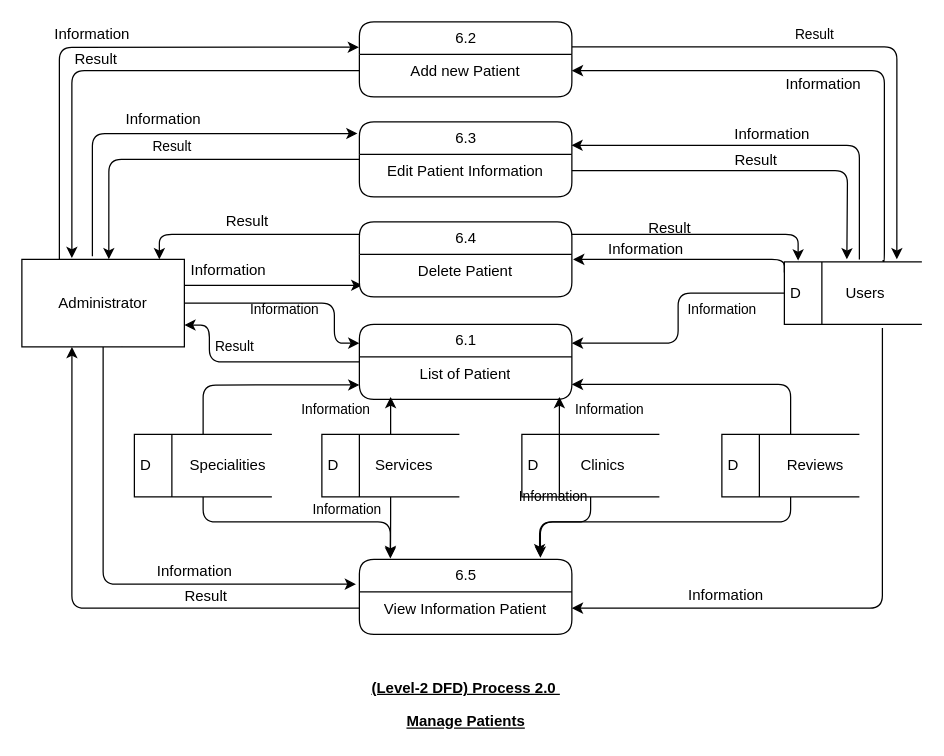
vanluong94/aptech-doccure keeps this draw.io diagram as page "5.0" (5 of 7) of resources/dfd/Admin/DFD-Admin.drawio. Above is the earlier version. Source tidied: cells renumbered, new cells numbered last; positions are measured from the earlier drawing's top-left corner, leaving out a move shared by most shapes. Both pictures are drawn from the tidied source at 125%, with x=0, y=0 at pixel (21, 21).
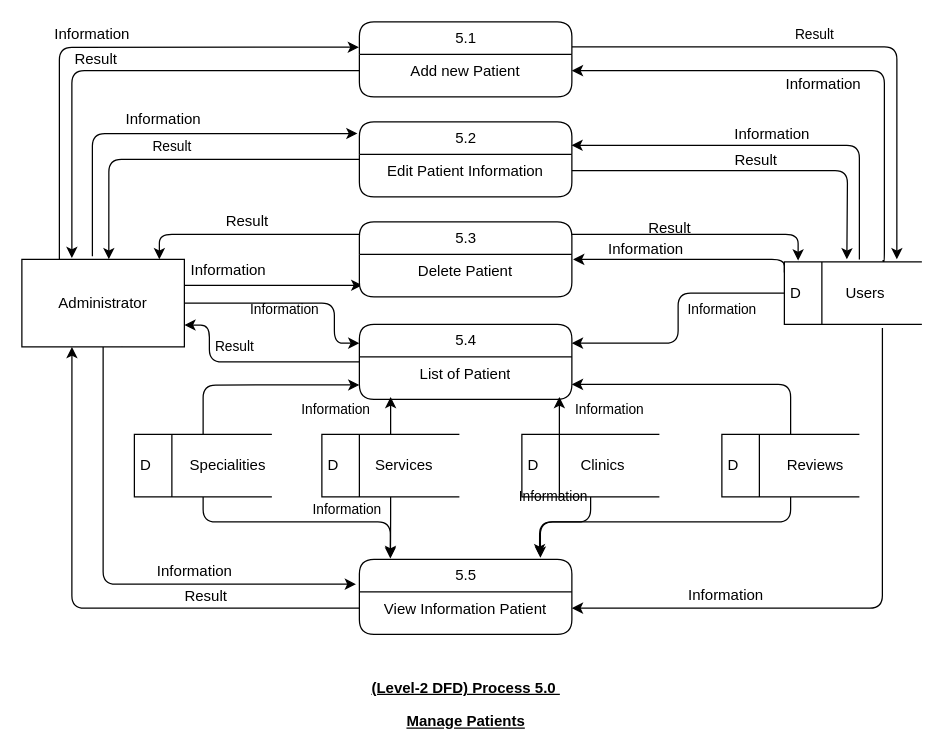
After the change.

What changed in the source:
```diff
@@
-    <mxCell id="4" value="6.1" style="swimlane;html=1;fontStyle=0;horizontal=1;startSize=26;swimlaneFillColor=#ffffff;align=center;rounded=1;shadow=0;comic=0;labelBackgroundColor=none;strokeWidth=1;fontFamily=Helvetica;fontSize=12;" parent="1" vertex="1">
+    <mxCell id="4" value="5.4" style="swimlane;html=1;fontStyle=0;horizontal=1;startSize=26;swimlaneFillColor=#ffffff;align=center;rounded=1;shadow=0;comic=0;labelBackgroundColor=none;strokeWidth=1;fontFamily=Helvetica;fontSize=12;" parent="1" vertex="1">
       <mxGeometry x="270" y="242" width="170" height="60" as="geometry" />
     </mxCell>
@@
-    <mxCell id="12" value="6.2" style="swimlane;html=1;fontStyle=0;horizontal=1;startSize=26;swimlaneFillColor=#ffffff;align=center;rounded=1;shadow=0;comic=0;labelBackgroundColor=none;strokeWidth=1;fontFamily=Helvetica;fontSize=12;" parent="1" vertex="1">
+    <mxCell id="12" value="5.1" style="swimlane;html=1;fontStyle=0;horizontal=1;startSize=26;swimlaneFillColor=#ffffff;align=center;rounded=1;shadow=0;comic=0;labelBackgroundColor=none;strokeWidth=1;fontFamily=Helvetica;fontSize=12;" parent="1" vertex="1">
       <mxGeometry x="270" width="170" height="60" as="geometry" />
     </mxCell>
@@
-    <mxCell id="15" value="6.3" style="swimlane;html=1;fontStyle=0;horizontal=1;startSize=26;swimlaneFillColor=#ffffff;align=center;rounded=1;shadow=0;comic=0;labelBackgroundColor=none;strokeWidth=1;fontFamily=Helvetica;fontSize=12;" parent="1" vertex="1">
+    <mxCell id="15" value="5.2" style="swimlane;html=1;fontStyle=0;horizontal=1;startSize=26;swimlaneFillColor=#ffffff;align=center;rounded=1;shadow=0;comic=0;labelBackgroundColor=none;strokeWidth=1;fontFamily=Helvetica;fontSize=12;" parent="1" vertex="1">
       <mxGeometry x="270" y="80" width="170" height="60" as="geometry" />
     </mxCell>
@@
-    <mxCell id="18" value="6.4" style="swimlane;html=1;fontStyle=0;horizontal=1;startSize=26;swimlaneFillColor=#ffffff;align=center;rounded=1;shadow=0;comic=0;labelBackgroundColor=none;strokeWidth=1;fontFamily=Helvetica;fontSize=12;" parent="1" vertex="1">
+    <mxCell id="18" value="5.3" style="swimlane;html=1;fontStyle=0;horizontal=1;startSize=26;swimlaneFillColor=#ffffff;align=center;rounded=1;shadow=0;comic=0;labelBackgroundColor=none;strokeWidth=1;fontFamily=Helvetica;fontSize=12;" parent="1" vertex="1">
       <mxGeometry x="270" y="160" width="170" height="60" as="geometry" />
     </mxCell>
@@
-    <mxCell id="20" value="6.5" style="swimlane;html=1;fontStyle=0;horizontal=1;startSize=26;swimlaneFillColor=#ffffff;align=center;rounded=1;shadow=0;comic=0;labelBackgroundColor=none;strokeWidth=1;fontFamily=Helvetica;fontSize=12;" parent="1" vertex="1">
+    <mxCell id="20" value="5.5" style="swimlane;html=1;fontStyle=0;horizontal=1;startSize=26;swimlaneFillColor=#ffffff;align=center;rounded=1;shadow=0;comic=0;labelBackgroundColor=none;strokeWidth=1;fontFamily=Helvetica;fontSize=12;" parent="1" vertex="1">
       <mxGeometry x="270" y="430" width="170" height="60" as="geometry" />
     </mxCell>
@@
-    <mxCell id="49" value="&lt;p class=&quot;MsoNormal&quot; style=&quot;font-size: 12px&quot;&gt;&lt;font style=&quot;font-size: 12px&quot;&gt;&lt;span style=&quot;font-size: 12px&quot;&gt;&lt;b style=&quot;font-size: 12px&quot;&gt;&lt;u style=&quot;font-size: 12px&quot;&gt;(Level-2 DFD) Process 2.0&amp;nbsp;&lt;/u&gt;&lt;/b&gt;&lt;/span&gt;&lt;/font&gt;&lt;br style=&quot;font-size: 12px&quot;&gt;&lt;/p&gt;&lt;b&gt;&lt;u&gt;Manage Patients&lt;/u&gt;&lt;/b&gt;" style="text;html=1;align=center;verticalAlign=middle;strokeColor=none;fontFamily=Helvetica;fontColor=#000000;fontSize=12;rounded=1;" parent="1" vertex="1">
+    <mxCell id="49" value="&lt;p class=&quot;MsoNormal&quot; style=&quot;font-size: 12px&quot;&gt;&lt;font style=&quot;font-size: 12px&quot;&gt;&lt;span style=&quot;font-size: 12px&quot;&gt;&lt;b style=&quot;font-size: 12px&quot;&gt;&lt;u style=&quot;font-size: 12px&quot;&gt;(Level-2 DFD) Process 5.0&amp;nbsp;&lt;/u&gt;&lt;/b&gt;&lt;/span&gt;&lt;/font&gt;&lt;br style=&quot;font-size: 12px&quot;&gt;&lt;/p&gt;&lt;b&gt;&lt;u&gt;Manage Patients&lt;/u&gt;&lt;/b&gt;" style="text;html=1;align=center;verticalAlign=middle;strokeColor=none;fontFamily=Helvetica;fontColor=#000000;fontSize=12;rounded=1;" parent="1" vertex="1">
       <mxGeometry x="270" y="510" width="170" height="60" as="geometry" />
     </mxCell>
```
